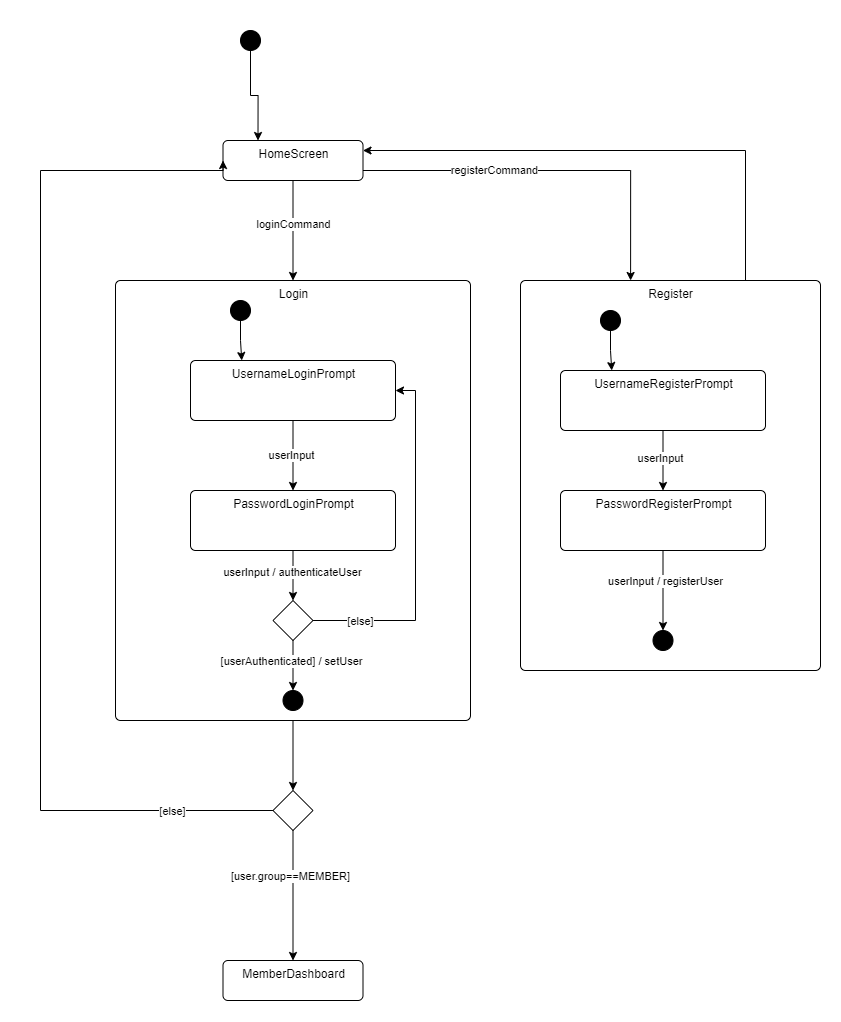
This is diagrams/state.png from ArthurAtangana/club-management-system, a draw.io export, as it was before one commit. Source tidied: cells renumbered, new cells last; positions are measured from the earlier drawing's top-left corner, leaving out a move shared by most shapes.
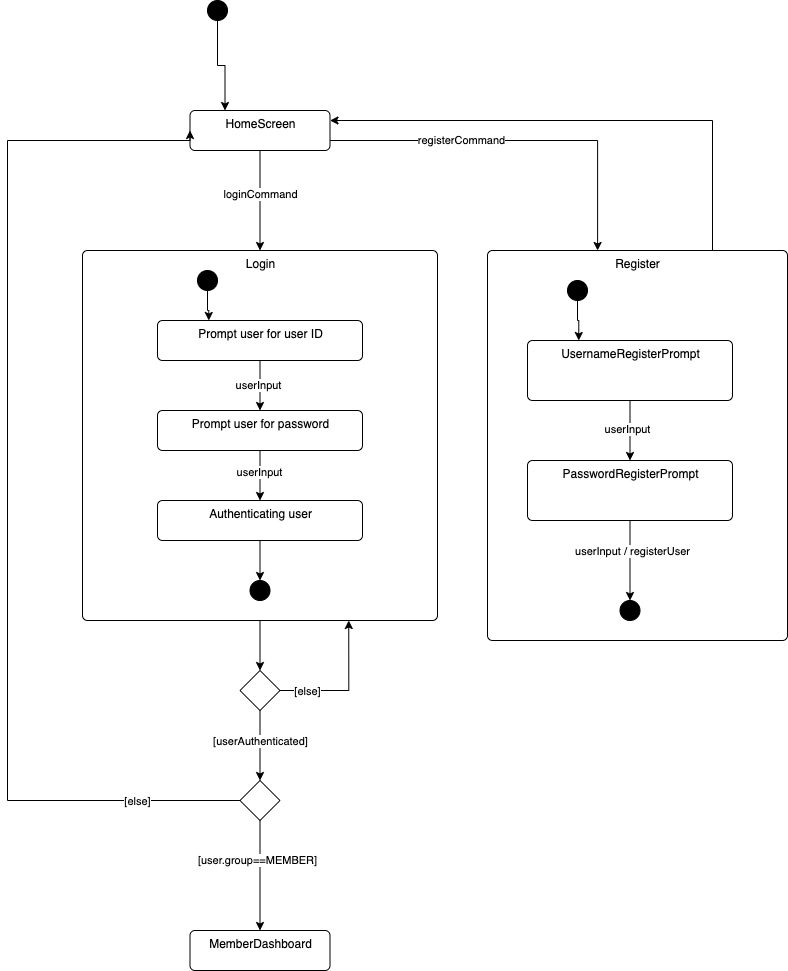
The same diagram one commit later.

Commit message:
refactor: update login to reflect ER model (#6)

What changed in the source:
```diff
@@ -2,9 +2,6 @@
   <root>
     <mxCell id="0" />
     <mxCell id="1" parent="0" />
-    <mxCell id="2" style="rounded=0;whiteSpace=wrap;html=1;strokeColor=none;" parent="1" vertex="1">
-      <mxGeometry width="840" height="1020" as="geometry" />
-    </mxCell>
     <mxCell id="3" style="edgeStyle=orthogonalEdgeStyle;rounded=0;jettySize=auto;html=1;exitX=1;exitY=0.75;exitDx=0;exitDy=0;entryX=0.367;entryY=0;entryDx=0;entryDy=0;entryPerimeter=0;" parent="1" edge="1" source="7" target="11">
       <mxGeometry relative="1" as="geometry" />
     </mxCell>
@@ -22,11 +19,11 @@
     <mxCell id="7" value="HomeScreen" style="html=1;align=center;verticalAlign=top;rounded=1;absoluteArcSize=1;arcSize=10;dashed=0;" parent="1" vertex="1">
       <mxGeometry x="222.5" y="140" width="140" height="40" as="geometry" />
     </mxCell>
-    <mxCell id="8" style="edgeStyle=orthogonalEdgeStyle;rounded=0;jettySize=auto;html=1;entryX=0.5;entryY=0;entryDx=0;entryDy=0;" parent="1" edge="1" source="9" target="17">
-      <mxGeometry relative="1" as="geometry" />
-    </mxCell>
+    <mxCell id="43" style="edgeStyle=orthogonalEdgeStyle;rounded=0;jettySize=auto;html=1;exitX=0.5;exitY=1;exitDx=0;exitDy=0;entryX=0.5;entryY=0;entryDx=0;entryDy=0;" parent="1" edge="1" source="9" target="48">
+      <mxGeometry relative="1" as="geometry" />
+    </mxCell>
     <mxCell id="9" value="Login" style="html=1;align=center;verticalAlign=top;rounded=1;absoluteArcSize=1;arcSize=10;dashed=0;" parent="1" vertex="1">
-      <mxGeometry x="115" y="280" width="355" height="440" as="geometry" />
+      <mxGeometry x="115" y="280" width="355" height="370" as="geometry" />
     </mxCell>
     <mxCell id="10" style="edgeStyle=orthogonalEdgeStyle;rounded=0;jettySize=auto;html=1;exitX=0.75;exitY=0;exitDx=0;exitDy=0;entryX=1;entryY=0.25;entryDx=0;entryDy=0;" parent="1" edge="1" source="11" target="7">
       <mxGeometry relative="1" as="geometry" />
@@ -46,7 +43,7 @@
     <mxCell id="15" style="edgeStyle=orthogonalEdgeStyle;rounded=0;jettySize=auto;html=1;exitX=0;exitY=0.5;exitDx=0;exitDy=0;entryX=0;entryY=0.5;entryDx=0;entryDy=0;" parent="1" edge="1" source="17" target="7">
       <mxGeometry relative="1" as="geometry">
         <Array as="points">
-          <mxPoint x="40" y="810" />
+          <mxPoint x="40" y="830" />
           <mxPoint x="40" y="170" />
           <mxPoint x="223" y="170" />
         </Array>
@@ -56,7 +53,7 @@
       <mxGeometry x="-0.81" relative="1" as="geometry" />
     </mxCell>
     <mxCell id="17" style="rhombus;whiteSpace=wrap;html=1;" parent="1" vertex="1">
-      <mxGeometry x="272.5" y="790" width="40" height="40" as="geometry" />
+      <mxGeometry x="272.5" y="810" width="40" height="40" as="geometry" />
     </mxCell>
     <mxCell id="18" style="edgeStyle=orthogonalEdgeStyle;rounded=0;jettySize=auto;html=1;exitX=0.5;exitY=1;exitDx=0;exitDy=0;entryX=0.25;entryY=0;entryDx=0;entryDy=0;" parent="1" edge="1" source="19" target="7">
       <mxGeometry relative="1" as="geometry" />
@@ -72,40 +69,18 @@
         <mxPoint x="-1" as="offset" />
       </mxGeometry>
     </mxCell>
-    <mxCell id="22" value="UsernameLoginPrompt" style="html=1;align=center;verticalAlign=top;rounded=1;absoluteArcSize=1;arcSize=10;dashed=0;" parent="1" vertex="1">
-      <mxGeometry x="190" y="360" width="205" height="60" as="geometry" />
+    <mxCell id="22" value="Prompt user for user ID" style="html=1;align=center;verticalAlign=top;rounded=1;absoluteArcSize=1;arcSize=10;dashed=0;" parent="1" vertex="1">
+      <mxGeometry x="190" y="350" width="205" height="40" as="geometry" />
     </mxCell>
-    <mxCell id="23" style="edgeStyle=orthogonalEdgeStyle;rounded=0;jettySize=auto;html=1;exitX=0.5;exitY=1;exitDx=0;exitDy=0;" parent="1" edge="1" source="25" target="30">
+    <mxCell id="23" style="edgeStyle=orthogonalEdgeStyle;rounded=0;jettySize=auto;html=1;exitX=0.5;exitY=1;exitDx=0;exitDy=0;entryX=0.5;entryY=0;entryDx=0;entryDy=0;" parent="1" edge="1" source="25" target="2">
       <mxGeometry relative="1" as="geometry" />
     </mxCell>
-    <mxCell id="24" value="userInput / authenticateUser" style="edgeLabel;html=1;align=center;verticalAlign=middle;" parent="23" vertex="1">
+    <mxCell id="24" value="userInput" style="edgeLabel;html=1;align=center;verticalAlign=middle;" parent="23" vertex="1">
       <mxGeometry x="-0.15" y="-1" relative="1" as="geometry" />
     </mxCell>
-    <mxCell id="25" value="PasswordLoginPrompt" style="html=1;align=center;verticalAlign=top;rounded=1;absoluteArcSize=1;arcSize=10;dashed=0;" parent="1" vertex="1">
-      <mxGeometry x="190" y="490" width="205" height="60" as="geometry" />
+    <mxCell id="25" value="Prompt user for password" style="html=1;align=center;verticalAlign=top;rounded=1;absoluteArcSize=1;arcSize=10;dashed=0;" parent="1" vertex="1">
+      <mxGeometry x="190" y="440" width="205" height="40" as="geometry" />
     </mxCell>
-    <mxCell id="26" style="edgeStyle=orthogonalEdgeStyle;rounded=0;jettySize=auto;html=1;entryX=0.5;entryY=0;entryDx=0;entryDy=0;" parent="1" edge="1" source="30" target="42">
-      <mxGeometry relative="1" as="geometry" />
-    </mxCell>
-    <mxCell id="27" value="[userAuthenticated] / setUser" style="edgeLabel;html=1;align=center;verticalAlign=middle;" parent="26" vertex="1">
-      <mxGeometry x="-0.2" y="-2" relative="1" as="geometry" />
-    </mxCell>
-    <mxCell id="28" style="edgeStyle=orthogonalEdgeStyle;rounded=0;jettySize=auto;html=1;entryX=1;entryY=0.5;entryDx=0;entryDy=0;" parent="1" edge="1" source="30" target="22">
-      <mxGeometry relative="1" as="geometry">
-        <Array as="points">
-          <mxPoint x="415" y="620" />
-          <mxPoint x="415" y="390" />
-        </Array>
-      </mxGeometry>
-    </mxCell>
-    <mxCell id="29" value="[else]" style="edgeLabel;html=1;align=center;verticalAlign=middle;" parent="28" vertex="1">
-      <mxGeometry x="-0.79" relative="1" as="geometry">
-        <mxPoint x="10" as="offset" />
-      </mxGeometry>
-    </mxCell>
-    <mxCell id="30" style="rhombus;whiteSpace=wrap;html=1;" parent="1" vertex="1">
-      <mxGeometry x="272.5" y="600" width="40" height="40" as="geometry" />
-    </mxCell>
     <mxCell id="31" style="edgeStyle=orthogonalEdgeStyle;rounded=0;jettySize=auto;html=1;exitX=0.5;exitY=1;exitDx=0;exitDy=0;entryX=0.5;entryY=0;entryDx=0;entryDy=0;" parent="1" edge="1" source="33" target="36">
       <mxGeometry relative="1" as="geometry" />
     </mxCell>
@@ -140,7 +115,36 @@
       <mxGeometry x="230" y="300" width="20" height="20" as="geometry" />
     </mxCell>
     <mxCell id="42" style="shape=ellipse;html=1;fillColor=strokeColor;fontSize=18;fontColor=#ffffff;" parent="1" vertex="1">
-      <mxGeometry x="282.5" y="690" width="20" height="20" as="geometry" />
+      <mxGeometry x="282.5" y="610" width="20" height="20" as="geometry" />
     </mxCell>
+    <mxCell id="44" style="edgeStyle=orthogonalEdgeStyle;rounded=0;jettySize=auto;html=1;entryX=0.5;entryY=0;entryDx=0;entryDy=0;" parent="1" edge="1" source="2" target="42">
+      <mxGeometry relative="1" as="geometry" />
+    </mxCell>
+    <mxCell id="2" value="Authenticating user" style="html=1;align=center;verticalAlign=top;rounded=1;absoluteArcSize=1;arcSize=10;dashed=0;" parent="1" vertex="1">
+      <mxGeometry x="190" y="530" width="205" height="40" as="geometry" />
+    </mxCell>
+    <mxCell id="45" style="edgeStyle=orthogonalEdgeStyle;rounded=0;jettySize=auto;html=1;entryX=0.75;entryY=1;entryDx=0;entryDy=0;" parent="1" edge="1" source="48" target="9">
+      <mxGeometry relative="1" as="geometry">
+        <Array as="points">
+          <mxPoint x="381" y="720" />
+        </Array>
+      </mxGeometry>
+    </mxCell>
+    <mxCell id="29" value="[else]" style="edgeLabel;html=1;align=center;verticalAlign=middle;" parent="45" vertex="1">
+      <mxGeometry x="-0.62" relative="1" as="geometry">
+        <mxPoint x="1" as="offset" />
+      </mxGeometry>
+    </mxCell>
+    <mxCell id="46" style="edgeStyle=orthogonalEdgeStyle;rounded=0;jettySize=auto;html=1;entryX=0.5;entryY=0;entryDx=0;entryDy=0;" parent="1" edge="1" source="48" target="17">
+      <mxGeometry relative="1" as="geometry" />
+    </mxCell>
+    <mxCell id="47" value="[userAuthenticated]" style="edgeLabel;html=1;align=center;verticalAlign=middle;" parent="46" vertex="1">
+      <mxGeometry x="-0.04" y="1" relative="1" as="geometry">
+        <mxPoint x="-1" y="-4" as="offset" />
+      </mxGeometry>
+    </mxCell>
+    <mxCell id="48" style="rhombus;whiteSpace=wrap;html=1;" parent="1" vertex="1">
+      <mxGeometry x="272.5" y="700" width="40" height="40" as="geometry" />
+    </mxCell>
   </root>
 </mxGraphModel>
```
